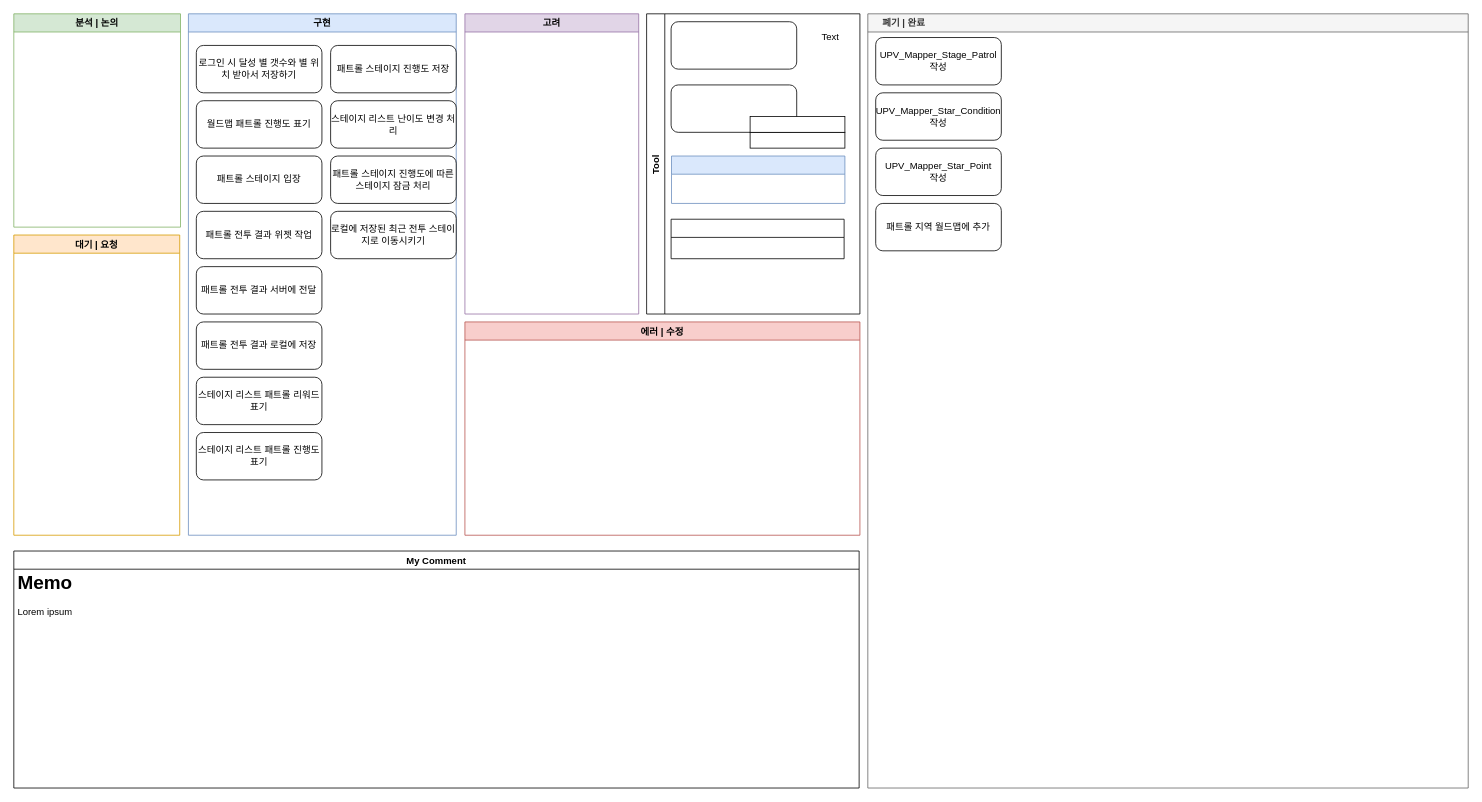
Above: 반복 스테이지 진행상황.drawio in Endorr/Job-Board (draw.io), before the change. Source tidied: cells renumbered, new cells numbered last; positions are measured from the earlier drawing's top-left corner, leaving out a move shared by most shapes. Both pictures are drawn from the tidied source at 79%, with x=0, y=0 at pixel (13, 13).
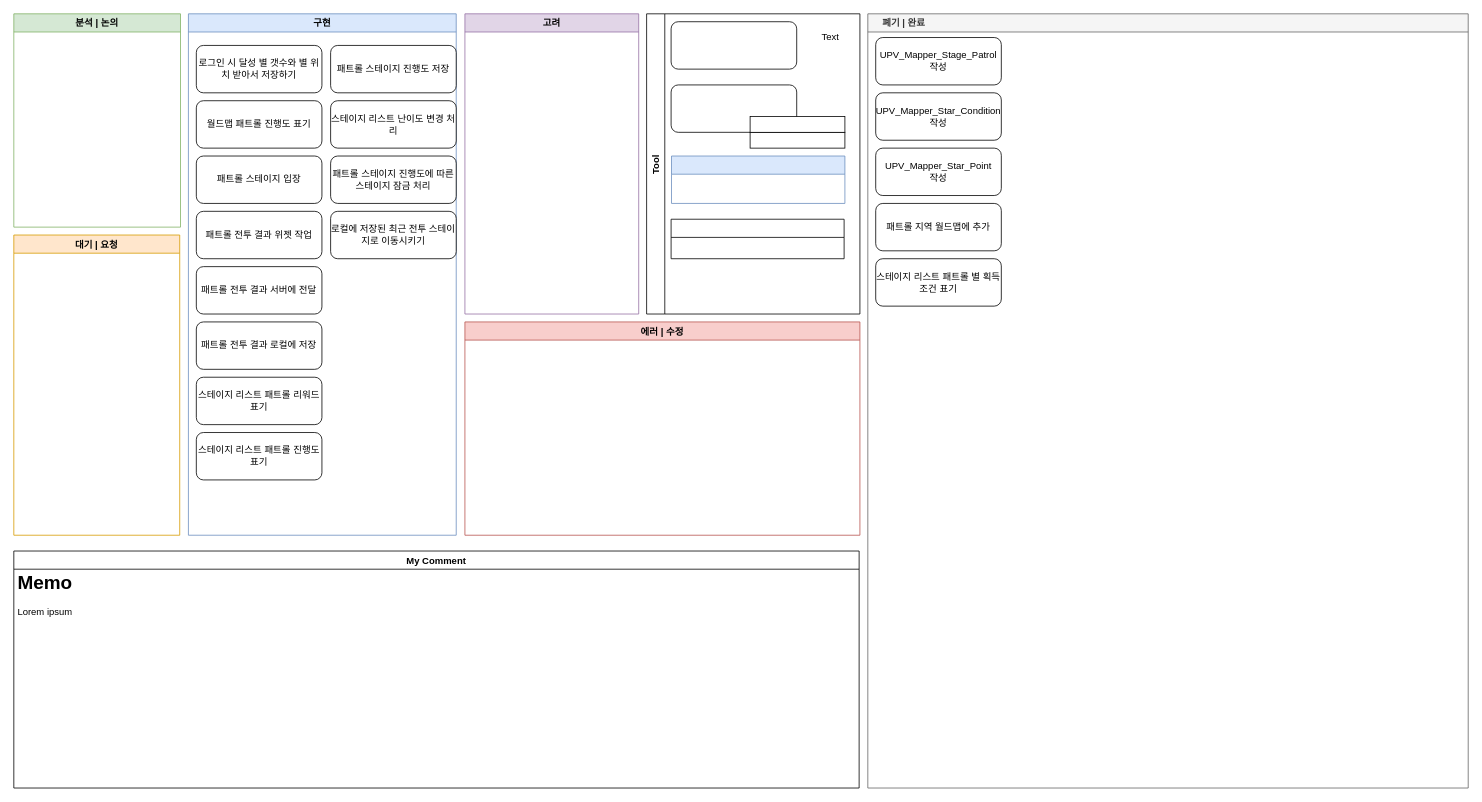
The same page after the edit.

Commit message:
Update 반복 스테이지 진행상황.drawio

The change refers to these unchanged cells:
```xml
<mxCell id="19" value="     폐기 | 완료" style="swimlane;strokeColor=#666666;fillColor=#f5f5f5;fontColor=#333333;align=left;" parent="1" vertex="1">
  <mxGeometry x="1081" width="760" height="980" as="geometry" />
</mxCell>
```

Diff of the diagram source:
```diff
@@
+    <mxCell id="35" value="스테이지 리스트 패트롤 별 획득 조건 표기" style="rounded=1;whiteSpace=wrap;html=1;" parent="19" vertex="1">
+      <mxGeometry x="10" y="310" width="159" height="60" as="geometry" />
+    </mxCell>
```
